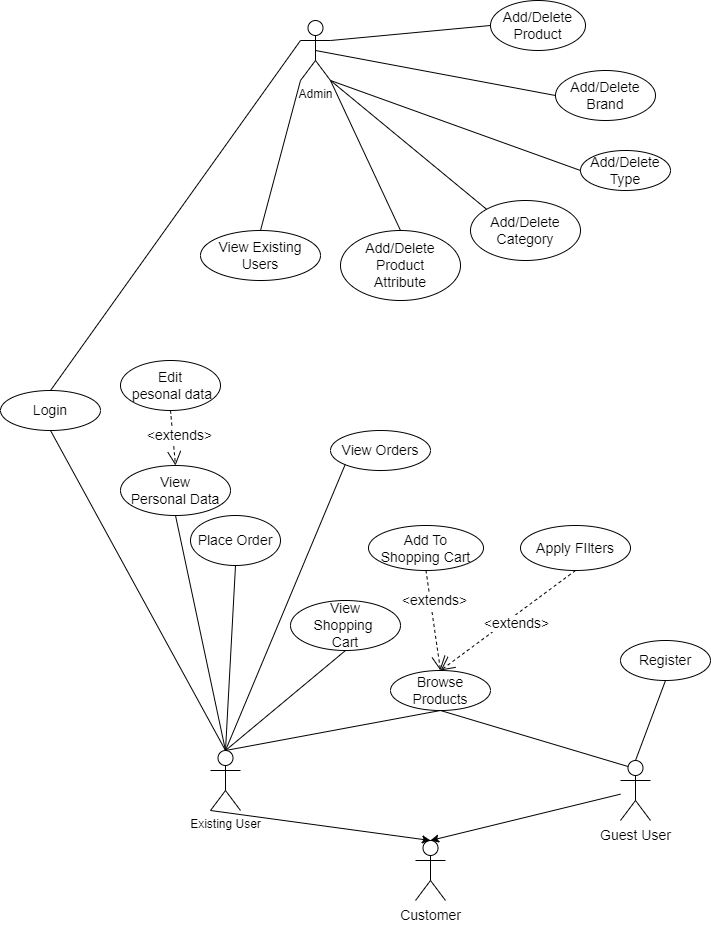
The draw.io diagram Diagrame/Use-Case-Diagram v2.drawio.png in sergiusergiu1234/licenta, before a commit. Source tidied: cells renumbered, new cells last; positions are measured from the earlier drawing's top-left corner, leaving out a move shared by most shapes.
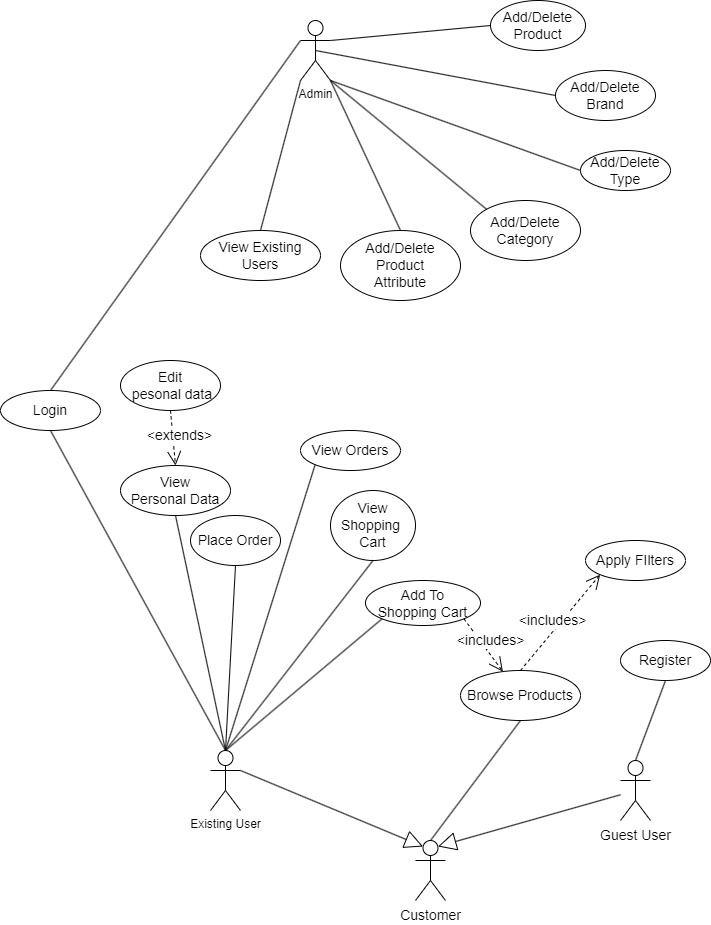
The same file after the commit.

Change to the diagram source:
```diff
@@ -36,21 +36,18 @@
       <mxGeometry x="-0.06" y="7" relative="1" as="geometry" />
     </mxCell>
     <mxCell id="13" value="View&lt;br&gt;Shopping&amp;nbsp;&lt;br&gt;Cart" style="ellipse;whiteSpace=wrap;html=1;fontSize=14;" parent="1" vertex="1">
-      <mxGeometry x="290" y="600" width="110" height="50" as="geometry" />
+      <mxGeometry x="330" y="490" width="85" height="70" as="geometry" />
     </mxCell>
     <mxCell id="14" style="endArrow=none;html=1;rounded=0;fontSize=14;exitX=0.5;exitY=0;exitDx=0;exitDy=0;exitPerimeter=0;entryX=0.5;entryY=1;entryDx=0;entryDy=0;" parent="1" edge="1" source="3" target="13">
       <mxGeometry relative="1" as="geometry" />
     </mxCell>
-    <mxCell id="15" value="Browse Products" style="ellipse;whiteSpace=wrap;html=1;fontSize=14;" parent="1" vertex="1">
-      <mxGeometry x="390" y="670" width="100" height="40" as="geometry" />
+    <mxCell id="15" value="Apply FIlters" style="ellipse;whiteSpace=wrap;html=1;fontSize=14;" parent="1" vertex="1">
+      <mxGeometry x="585" y="540" width="100" height="40" as="geometry" />
     </mxCell>
-    <mxCell id="16" style="endArrow=none;html=1;rounded=0;fontSize=14;exitX=0.5;exitY=0;exitDx=0;exitDy=0;exitPerimeter=0;entryX=0.5;entryY=1;entryDx=0;entryDy=0;" parent="1" edge="1" source="3" target="15">
-      <mxGeometry relative="1" as="geometry" />
-    </mxCell>
-    <mxCell id="17" value="Apply FIlters" style="ellipse;whiteSpace=wrap;html=1;fontSize=14;" parent="1" vertex="1">
-      <mxGeometry x="520" y="525" width="110" height="45" as="geometry" />
+    <mxCell id="17" value="Browse Products" style="ellipse;whiteSpace=wrap;html=1;fontSize=14;" parent="1" vertex="1">
+      <mxGeometry x="460" y="670" width="120" height="50" as="geometry" />
     </mxCell>
-    <mxCell id="18" value="&amp;lt;extends&amp;gt;" style="endArrow=open;endSize=12;dashed=1;html=1;rounded=0;fontSize=14;exitX=0.5;exitY=1;exitDx=0;exitDy=0;entryX=0.5;entryY=0;entryDx=0;entryDy=0;" parent="1" edge="1" source="17" target="15">
+    <mxCell id="18" value="&amp;lt;includes&amp;gt;" style="endArrow=open;endSize=12;dashed=1;html=1;rounded=0;fontSize=14;exitX=0.5;exitY=0;exitDx=0;exitDy=0;entryX=0;entryY=1;entryDx=0;entryDy=0;" parent="1" edge="1" source="17" target="15">
       <mxGeometry x="-0.06" y="7" relative="1" as="geometry" />
     </mxCell>
     <mxCell id="19" value="Add/Delete Product" style="ellipse;whiteSpace=wrap;html=1;fontSize=14;" parent="1" vertex="1">
@@ -65,20 +62,8 @@
     <mxCell id="22" value="Guest User" style="shape=umlActor;verticalLabelPosition=bottom;verticalAlign=top;html=1;outlineConnect=0;fontSize=14;" parent="1" vertex="1">
       <mxGeometry x="620" y="760" width="30" height="60" as="geometry" />
     </mxCell>
-    <mxCell id="23" style="endArrow=classic;html=1;rounded=0;fontSize=14;entryX=0.5;entryY=0;entryDx=0;entryDy=0;entryPerimeter=0;" parent="1" edge="1" source="22" target="21">
-      <mxGeometry relative="1" as="geometry" />
-    </mxCell>
-    <mxCell id="24" style="endArrow=classic;html=1;rounded=0;fontSize=14;exitX=0;exitY=1;exitDx=0;exitDy=0;exitPerimeter=0;entryX=0.5;entryY=0;entryDx=0;entryDy=0;entryPerimeter=0;" parent="1" edge="1" source="3" target="21">
-      <mxGeometry relative="1" as="geometry" />
-    </mxCell>
-    <mxCell id="25" style="endArrow=none;html=1;rounded=0;fontSize=14;exitX=0.25;exitY=0.1;exitDx=0;exitDy=0;exitPerimeter=0;entryX=0.5;entryY=1;entryDx=0;entryDy=0;" parent="1" edge="1" source="22" target="15">
-      <mxGeometry relative="1" as="geometry" />
-    </mxCell>
-    <mxCell id="26" value="&amp;lt;extends&amp;gt;" style="endArrow=open;endSize=12;dashed=1;html=1;rounded=0;fontSize=14;entryX=0.5;entryY=0;entryDx=0;entryDy=0;exitX=0.5;exitY=1;exitDx=0;exitDy=0;" parent="1" edge="1" source="27" target="15">
-      <mxGeometry x="-0.38" y="4" relative="1" as="geometry" />
-    </mxCell>
     <mxCell id="27" value="Add To &lt;br&gt;Shopping Cart" style="ellipse;whiteSpace=wrap;html=1;fontSize=14;" parent="1" vertex="1">
-      <mxGeometry x="368" y="525" width="115" height="45" as="geometry" />
+      <mxGeometry x="365" y="580" width="115" height="45" as="geometry" />
     </mxCell>
     <mxCell id="28" value="Place Order" style="ellipse;whiteSpace=wrap;html=1;fontSize=14;" parent="1" vertex="1">
       <mxGeometry x="190" y="515" width="90" height="50" as="geometry" />
@@ -87,7 +72,7 @@
       <mxGeometry relative="1" as="geometry" />
     </mxCell>
     <mxCell id="30" value="View Orders" style="ellipse;whiteSpace=wrap;html=1;fontSize=14;" parent="1" vertex="1">
-      <mxGeometry x="330" y="430" width="100" height="40" as="geometry" />
+      <mxGeometry x="300" y="430" width="100" height="40" as="geometry" />
     </mxCell>
     <mxCell id="31" style="endArrow=none;html=1;rounded=0;fontSize=14;exitX=0.5;exitY=0;exitDx=0;exitDy=0;exitPerimeter=0;entryX=0;entryY=1;entryDx=0;entryDy=0;" parent="1" edge="1" source="3" target="30">
       <mxGeometry relative="1" as="geometry" />
@@ -122,5 +107,22 @@
     <mxCell id="41" style="endArrow=none;html=1;rounded=0;fontSize=14;exitX=0.5;exitY=0;exitDx=0;exitDy=0;entryX=0;entryY=1;entryDx=0;entryDy=0;entryPerimeter=0;" parent="1" edge="1" source="40" target="2">
       <mxGeometry relative="1" as="geometry" />
     </mxCell>
+    <mxCell id="42" style="endArrow=none;html=1;rounded=0;exitX=0.5;exitY=0;exitDx=0;exitDy=0;exitPerimeter=0;entryX=0;entryY=1;entryDx=0;entryDy=0;" parent="1" edge="1" source="3" target="27">
+      <mxGeometry relative="1" as="geometry" />
+    </mxCell>
+    <mxCell id="23" style="endArrow=block;endSize=16;endFill=0;html=1;rounded=0;entryX=0.75;entryY=0.1;entryDx=0;entryDy=0;entryPerimeter=0;" parent="1" edge="1" source="22" target="21">
+      <mxGeometry x="-0.11" y="3" relative="1" as="geometry" />
+    </mxCell>
+    <mxCell id="24" style="endArrow=block;endSize=16;endFill=0;html=1;rounded=0;entryX=0.25;entryY=0.1;entryDx=0;entryDy=0;entryPerimeter=0;exitX=1;exitY=0.3333333333333333;exitDx=0;exitDy=0;exitPerimeter=0;" parent="1" edge="1" source="3" target="21">
+      <mxGeometry x="-0.11" y="3" relative="1" as="geometry" />
+    </mxCell>
+    <mxCell id="43" style="endArrow=none;html=1;rounded=0;exitX=0.5;exitY=0;exitDx=0;exitDy=0;exitPerimeter=0;entryX=0.5;entryY=1;entryDx=0;entryDy=0;" parent="1" edge="1" source="21" target="17">
+      <mxGeometry relative="1" as="geometry" />
+    </mxCell>
+    <mxCell id="44" value="&amp;lt;includes&amp;gt;" style="endArrow=open;endSize=12;dashed=1;html=1;rounded=0;fontSize=14;exitX=1;exitY=1;exitDx=0;exitDy=0;" parent="1" edge="1" source="27" target="17">
+      <mxGeometry x="0.01" y="8" relative="1" as="geometry">
+        <mxPoint x="1" as="offset" />
+      </mxGeometry>
+    </mxCell>
   </root>
 </mxGraphModel>
```
